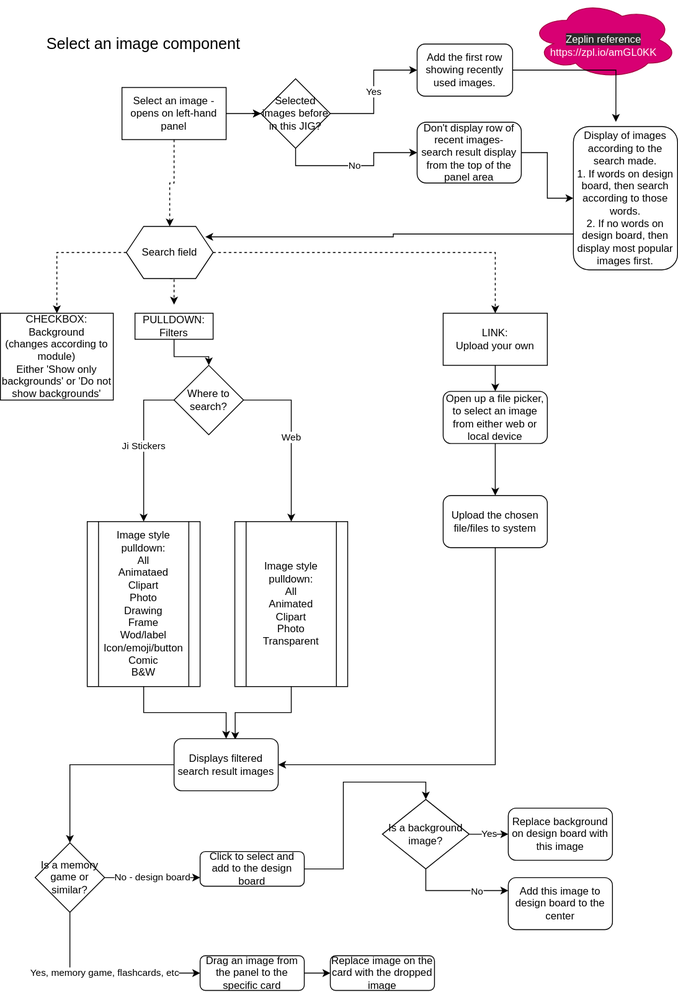
The draw.io diagram modules/components/select-image.drawio.svg in ji-devs/ji-cloud-flowcharts, before a commit. Source tidied: cells renumbered, new cells last; positions are measured from the earlier drawing's top-left corner, leaving out a move shared by most shapes.
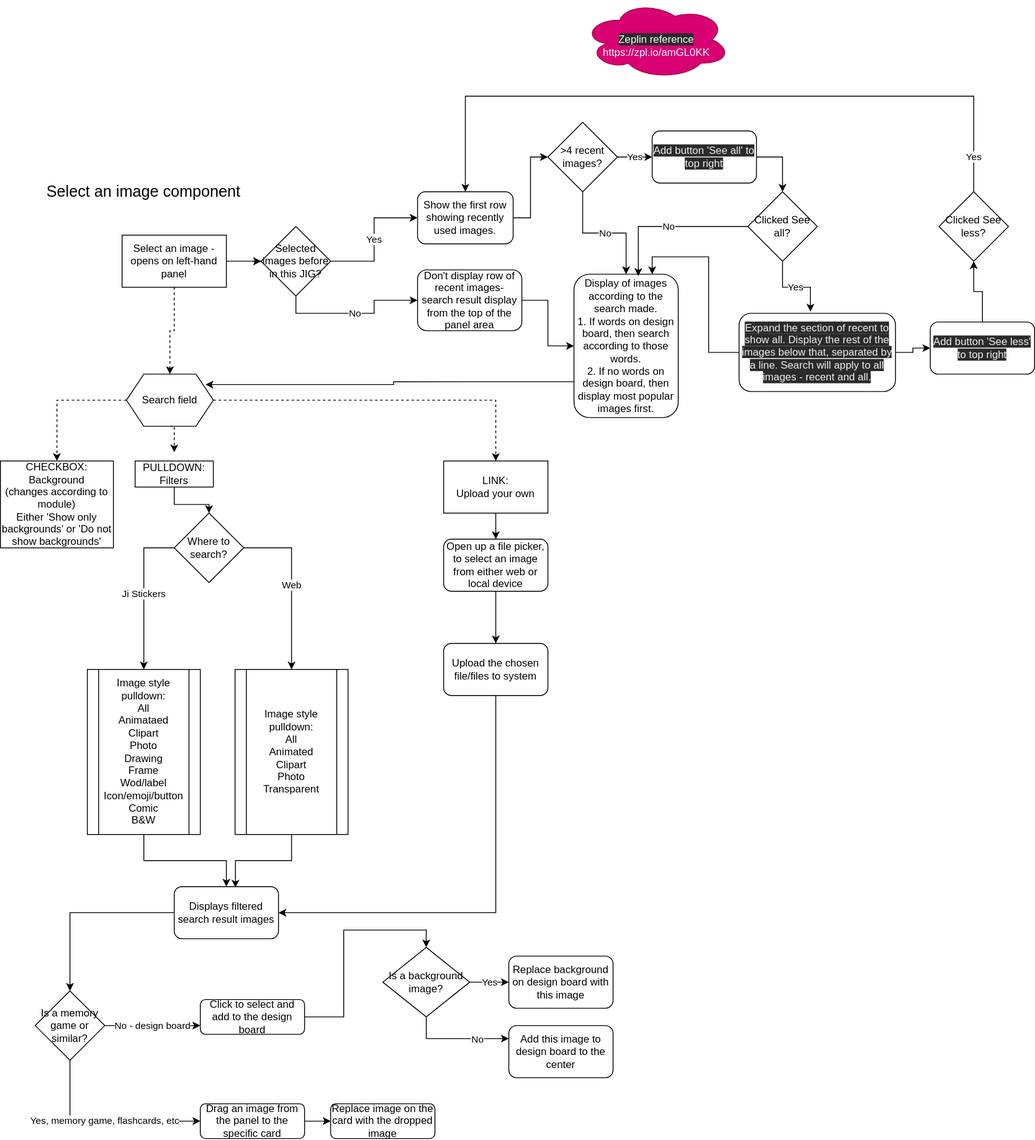
The same file after the commit.

The edit, as a diff of the source:
```diff
@@ -117,12 +117,12 @@
       <mxGeometry x="510" y="570" width="120" height="60" as="geometry" />
     </mxCell>
     <mxCell id="36" value="&lt;br&gt;&lt;span style=&quot;color: rgb(255 , 255 , 255) ; font-family: &amp;#34;helvetica&amp;#34; ; font-size: 12px ; font-style: normal ; font-weight: 400 ; letter-spacing: normal ; text-align: center ; text-indent: 0px ; text-transform: none ; word-spacing: 0px ; background-color: rgb(42 , 42 , 42) ; display: inline ; float: none&quot;&gt;Zeplin reference&lt;br&gt;&lt;/span&gt;https://zpl.io/amGL0KK" style="ellipse;shape=cloud;whiteSpace=wrap;html=1;fillColor=#d80073;strokeColor=#A50040;fontColor=#ffffff;" parent="1" vertex="1">
-      <mxGeometry x="610" width="170" height="90" as="geometry" />
+      <mxGeometry x="670" y="-170" width="170" height="90" as="geometry" />
     </mxCell>
-    <mxCell id="37" style="edgeStyle=orthogonalEdgeStyle;rounded=0;jettySize=auto;html=1;entryX=0.408;entryY=-0.033;entryDx=0;entryDy=0;entryPerimeter=0;" parent="1" edge="1" source="38" target="46">
+    <mxCell id="37" style="edgeStyle=orthogonalEdgeStyle;rounded=0;jettySize=auto;html=1;entryX=0;entryY=0.5;entryDx=0;entryDy=0;" parent="1" edge="1" source="38" target="58">
       <mxGeometry relative="1" as="geometry" />
     </mxCell>
-    <mxCell id="38" value="Add the first row showing recently used images." style="rounded=1;whiteSpace=wrap;html=1;" parent="1" vertex="1">
+    <mxCell id="38" value="Show the first row showing recently used images.&amp;nbsp;" style="rounded=1;whiteSpace=wrap;html=1;" parent="1" vertex="1">
       <mxGeometry x="480" y="50" width="110" height="60" as="geometry" />
     </mxCell>
     <mxCell id="39" value="Yes" style="edgeStyle=orthogonalEdgeStyle;rounded=0;jettySize=auto;html=1;entryX=0;entryY=0.5;entryDx=0;entryDy=0;" parent="1" edge="1" source="41" target="38">
@@ -171,5 +171,59 @@
     <mxCell id="52" value="Replace image on the card with the dropped image" style="rounded=1;whiteSpace=wrap;html=1;" parent="1" vertex="1">
       <mxGeometry x="380" y="1100" width="120" height="40" as="geometry" />
     </mxCell>
+    <mxCell id="53" value="Yes" style="edgeStyle=orthogonalEdgeStyle;rounded=0;jettySize=auto;html=1;entryX=0.456;entryY=-0.022;entryDx=0;entryDy=0;entryPerimeter=0;" parent="1" edge="1" source="55" target="65">
+      <mxGeometry relative="1" as="geometry" />
+    </mxCell>
+    <mxCell id="54" value="No" style="edgeStyle=orthogonalEdgeStyle;rounded=0;jettySize=auto;html=1;entryX=0.617;entryY=0.012;entryDx=0;entryDy=0;entryPerimeter=0;" parent="1" edge="1" source="55" target="46">
+      <mxGeometry relative="1" as="geometry">
+        <Array as="points">
+          <mxPoint x="734" y="90" />
+        </Array>
+      </mxGeometry>
+    </mxCell>
+    <mxCell id="55" value="Clicked See all?" style="rhombus;whiteSpace=wrap;html=1;" parent="1" vertex="1">
+      <mxGeometry x="860" y="50" width="80" height="80" as="geometry" />
+    </mxCell>
+    <mxCell id="56" value="Yes" style="edgeStyle=orthogonalEdgeStyle;rounded=0;jettySize=auto;html=1;exitX=1;exitY=0.5;exitDx=0;exitDy=0;entryX=0;entryY=0.5;entryDx=0;entryDy=0;" parent="1" edge="1" source="58" target="60">
+      <mxGeometry relative="1" as="geometry" />
+    </mxCell>
+    <mxCell id="57" value="No" style="edgeStyle=orthogonalEdgeStyle;rounded=0;jettySize=auto;html=1;entryX=0.5;entryY=0;entryDx=0;entryDy=0;" parent="1" edge="1" source="58" target="46">
+      <mxGeometry relative="1" as="geometry" />
+    </mxCell>
+    <mxCell id="58" value="&amp;gt;4 recent images?" style="rhombus;whiteSpace=wrap;html=1;" parent="1" vertex="1">
+      <mxGeometry x="630" y="-30" width="80" height="80" as="geometry" />
+    </mxCell>
+    <mxCell id="59" style="edgeStyle=orthogonalEdgeStyle;rounded=0;jettySize=auto;html=1;exitX=1;exitY=0.5;exitDx=0;exitDy=0;entryX=0.5;entryY=0;entryDx=0;entryDy=0;" parent="1" edge="1" source="60" target="55">
+      <mxGeometry relative="1" as="geometry" />
+    </mxCell>
+    <mxCell id="60" value="&lt;span style=&quot;color: rgb(240 , 240 , 240) ; font-family: &amp;#34;helvetica&amp;#34; ; font-size: 12px ; font-style: normal ; font-weight: 400 ; letter-spacing: normal ; text-align: center ; text-indent: 0px ; text-transform: none ; word-spacing: 0px ; background-color: rgb(42 , 42 , 42) ; display: inline ; float: none&quot;&gt;Add button 'See all' to top right&lt;/span&gt;" style="rounded=1;whiteSpace=wrap;html=1;" parent="1" vertex="1">
+      <mxGeometry x="750" y="-20" width="120" height="60" as="geometry" />
+    </mxCell>
+    <mxCell id="61" style="edgeStyle=orthogonalEdgeStyle;rounded=0;jettySize=auto;html=1;" parent="1" edge="1" source="62" target="67">
+      <mxGeometry relative="1" as="geometry" />
+    </mxCell>
+    <mxCell id="62" value="&lt;span style=&quot;color: rgb(240 , 240 , 240) ; font-family: &amp;#34;helvetica&amp;#34; ; font-size: 12px ; font-style: normal ; font-weight: 400 ; letter-spacing: normal ; text-align: center ; text-indent: 0px ; text-transform: none ; word-spacing: 0px ; background-color: rgb(42 , 42 , 42) ; display: inline ; float: none&quot;&gt;Add button 'See less' to top right&lt;/span&gt;" style="rounded=1;whiteSpace=wrap;html=1;" parent="1" vertex="1">
+      <mxGeometry x="1070" y="200" width="120" height="60" as="geometry" />
+    </mxCell>
+    <mxCell id="63" style="edgeStyle=orthogonalEdgeStyle;rounded=0;jettySize=auto;html=1;entryX=0;entryY=0.5;entryDx=0;entryDy=0;" parent="1" edge="1" source="65" target="62">
+      <mxGeometry relative="1" as="geometry" />
+    </mxCell>
+    <mxCell id="64" style="edgeStyle=orthogonalEdgeStyle;rounded=0;jettySize=auto;html=1;entryX=0.75;entryY=0;entryDx=0;entryDy=0;" parent="1" edge="1" source="65" target="46">
+      <mxGeometry relative="1" as="geometry" />
+    </mxCell>
+    <mxCell id="65" value="&lt;span style=&quot;color: rgb(240 , 240 , 240) ; font-family: &amp;#34;helvetica&amp;#34; ; font-size: 12px ; font-style: normal ; font-weight: 400 ; letter-spacing: normal ; text-align: center ; text-indent: 0px ; text-transform: none ; word-spacing: 0px ; background-color: rgb(42 , 42 , 42) ; display: inline ; float: none&quot;&gt;Expand the section of recent to show all. Display the rest of the images below that, separated by a line. Search will apply to all images - recent and all.&lt;/span&gt;" style="rounded=1;whiteSpace=wrap;html=1;" parent="1" vertex="1">
+      <mxGeometry x="850" y="190" width="180" height="90" as="geometry" />
+    </mxCell>
+    <mxCell id="66" value="Yes" style="edgeStyle=orthogonalEdgeStyle;rounded=0;jettySize=auto;html=1;entryX=0.5;entryY=0;entryDx=0;entryDy=0;" parent="1" edge="1" source="67" target="38">
+      <mxGeometry x="-0.9" relative="1" as="geometry">
+        <Array as="points">
+          <mxPoint x="1120" y="-60" />
+          <mxPoint x="535" y="-60" />
+        </Array>
+      </mxGeometry>
+    </mxCell>
+    <mxCell id="67" value="Clicked See less?" style="rhombus;whiteSpace=wrap;html=1;" parent="1" vertex="1">
+      <mxGeometry x="1080" y="50" width="80" height="80" as="geometry" />
+    </mxCell>
   </root>
 </mxGraphModel>
```
